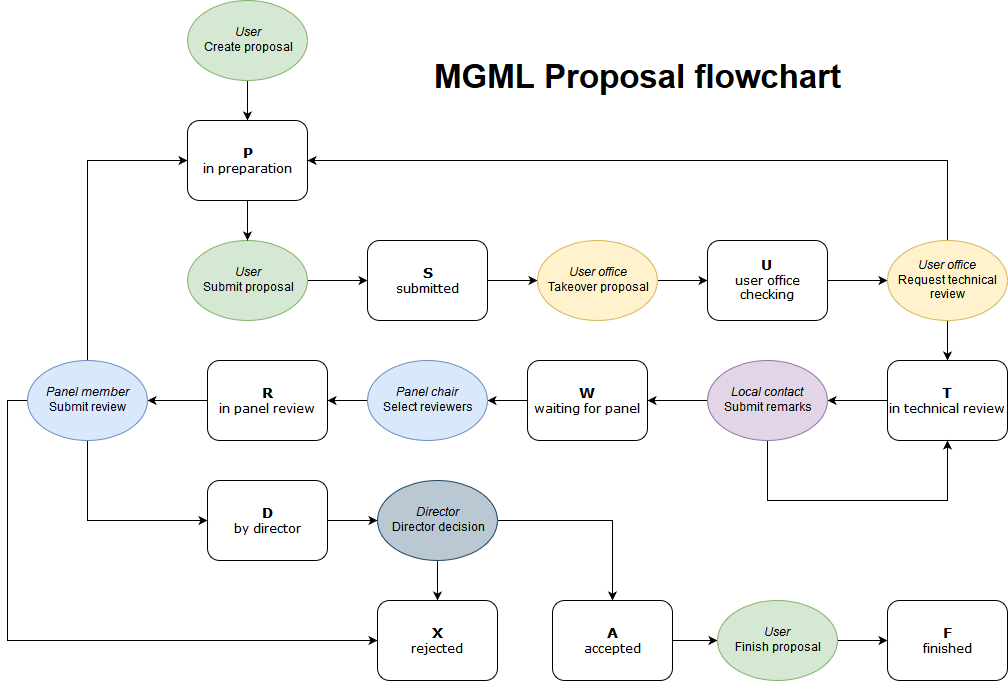
The draw.io diagram mgml-proposal-flowchart.png in me2d09/prius, before a commit. Source tidied: cells renumbered, new cells last; positions are measured from the earlier drawing's top-left corner, leaving out a move shared by most shapes.
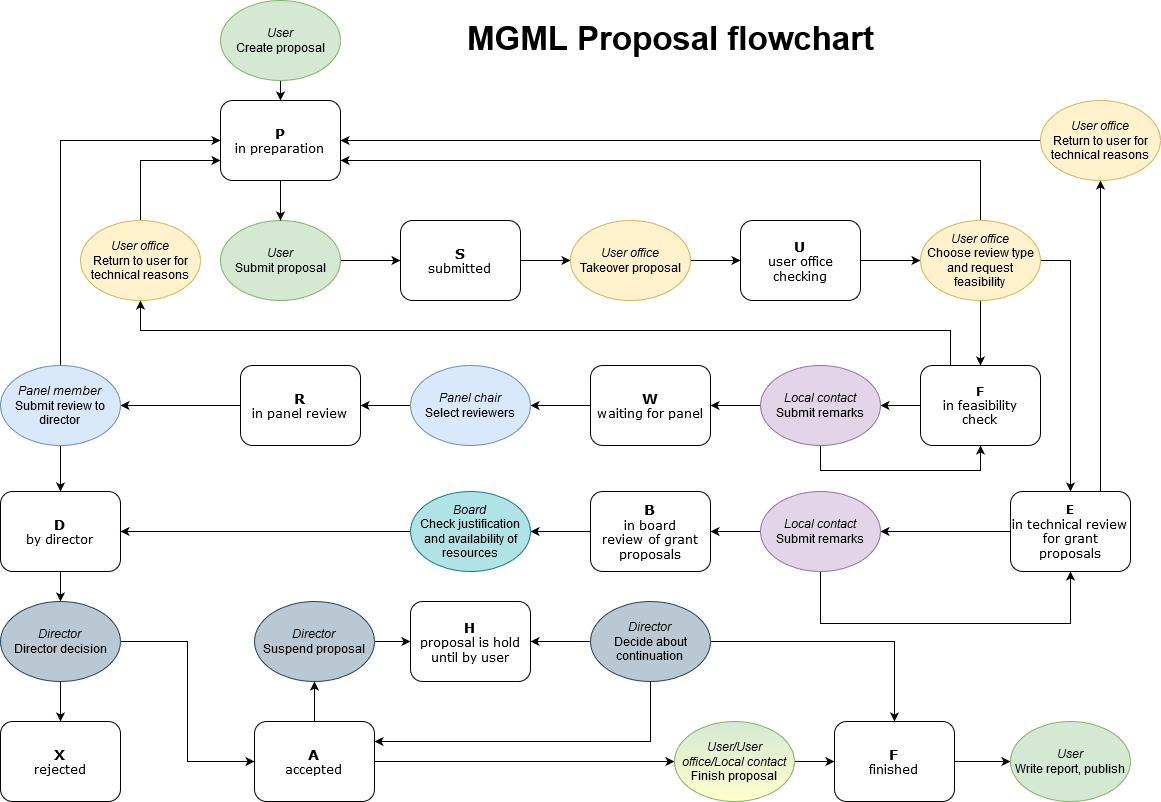
Above is the later version.

Commit message:
New version of proposal flowchart

The edit, as a diff of the source:
```diff
@@ -8,3 +8,3 @@
     <mxCell id="3" value="&lt;i&gt;User&lt;/i&gt;&lt;br&gt;Create proposal" style="ellipse;whiteSpace=wrap;html=1;rounded=0;shadow=0;comic=0;fillColor=#d5e8d4;strokeColor=#82b366;" parent="1" vertex="1">
-      <mxGeometry x="160" width="120" height="80" as="geometry" />
+      <mxGeometry x="96" y="-28" width="120" height="80" as="geometry" />
     </mxCell>
@@ -14,3 +14,3 @@
     <mxCell id="5" value="&lt;i&gt;User&lt;br&gt;&lt;/i&gt;&lt;span&gt;Submit proposal&lt;/span&gt;" style="ellipse;whiteSpace=wrap;html=1;rounded=0;shadow=0;comic=0;fillColor=#d5e8d4;strokeColor=#82b366;" parent="1" vertex="1">
-      <mxGeometry x="160" y="240" width="120" height="80" as="geometry" />
+      <mxGeometry x="96" y="192" width="120" height="80" as="geometry" />
     </mxCell>
@@ -20,6 +20,6 @@
     <mxCell id="7" value="&lt;b&gt;&lt;font style=&quot;font-size: 14px&quot;&gt;P&lt;/font&gt;&lt;/b&gt;&lt;br&gt;in preparation&lt;br&gt;" style="rounded=1;whiteSpace=wrap;html=1;shadow=0;labelBackgroundColor=none;strokeColor=#000000;strokeWidth=1;fillColor=#ffffff;fontFamily=Verdana;fontSize=12;fontColor=#000000;align=center;" parent="1" vertex="1">
-      <mxGeometry x="160" y="120" width="120" height="80" as="geometry" />
+      <mxGeometry x="96" y="72" width="120" height="80" as="geometry" />
     </mxCell>
     <mxCell id="8" value="&lt;b&gt;&lt;font style=&quot;font-size: 14px&quot;&gt;X&lt;/font&gt;&lt;/b&gt;&lt;br&gt;rejected&lt;br&gt;" style="rounded=1;whiteSpace=wrap;html=1;shadow=0;labelBackgroundColor=none;strokeColor=#000000;strokeWidth=1;fillColor=#ffffff;fontFamily=Verdana;fontSize=12;fontColor=#000000;align=center;" parent="1" vertex="1">
-      <mxGeometry x="350" y="600" width="120" height="80" as="geometry" />
+      <mxGeometry x="-124" y="693" width="120" height="80" as="geometry" />
     </mxCell>
@@ -29,3 +29,3 @@
     <mxCell id="10" value="&lt;b&gt;&lt;font style=&quot;font-size: 14px&quot;&gt;D&lt;/font&gt;&lt;/b&gt;&lt;br&gt;by director&lt;br&gt;" style="rounded=1;whiteSpace=wrap;html=1;shadow=0;labelBackgroundColor=none;strokeColor=#000000;strokeWidth=1;fillColor=#ffffff;fontFamily=Verdana;fontSize=12;fontColor=#000000;align=center;" parent="1" vertex="1">
-      <mxGeometry x="180" y="480" width="120" height="80" as="geometry" />
+      <mxGeometry x="-124" y="463" width="120" height="80" as="geometry" />
     </mxCell>
@@ -35,3 +35,3 @@
     <mxCell id="12" value="&lt;b&gt;&lt;font style=&quot;font-size: 14px&quot;&gt;R&lt;/font&gt;&lt;/b&gt;&lt;br&gt;in panel review&lt;br&gt;" style="rounded=1;whiteSpace=wrap;html=1;shadow=0;labelBackgroundColor=none;strokeColor=#000000;strokeWidth=1;fillColor=#ffffff;fontFamily=Verdana;fontSize=12;fontColor=#000000;align=center;" parent="1" vertex="1">
-      <mxGeometry x="180" y="360" width="120" height="80" as="geometry" />
+      <mxGeometry x="116" y="337" width="120" height="80" as="geometry" />
     </mxCell>
@@ -41,3 +41,3 @@
     <mxCell id="14" value="&lt;b&gt;&lt;font style=&quot;font-size: 14px&quot;&gt;W&lt;/font&gt;&lt;/b&gt;&lt;br&gt;waiting for panel&lt;br&gt;" style="rounded=1;whiteSpace=wrap;html=1;shadow=0;labelBackgroundColor=none;strokeColor=#000000;strokeWidth=1;fillColor=#ffffff;fontFamily=Verdana;fontSize=12;fontColor=#000000;align=center;" parent="1" vertex="1">
-      <mxGeometry x="500" y="360" width="120" height="80" as="geometry" />
+      <mxGeometry x="466" y="337" width="120" height="80" as="geometry" />
     </mxCell>
@@ -46,4 +46,12 @@
     </mxCell>
+    <mxCell id="44" style="edgeStyle=orthogonalEdgeStyle;rounded=0;jettySize=auto;html=1;entryX=0.5;entryY=1;entryDx=0;entryDy=0;" parent="1" edge="1" source="16" target="49">
+      <mxGeometry relative="1" as="geometry">
+        <Array as="points">
+          <mxPoint x="826" y="302" />
+          <mxPoint x="16" y="302" />
+        </Array>
+      </mxGeometry>
+    </mxCell>
-    <mxCell id="16" value="&lt;b&gt;&lt;font style=&quot;font-size: 14px&quot;&gt;T&lt;/font&gt;&lt;/b&gt;&lt;br&gt;in technical review&lt;br&gt;" style="rounded=1;whiteSpace=wrap;html=1;shadow=0;labelBackgroundColor=none;strokeColor=#000000;strokeWidth=1;fillColor=#ffffff;fontFamily=Verdana;fontSize=12;fontColor=#000000;align=center;" parent="1" vertex="1">
-      <mxGeometry x="860" y="360" width="120" height="80" as="geometry" />
+    <mxCell id="16" value="&lt;b&gt;F&lt;/b&gt;&lt;br&gt;in feasibility &lt;br&gt;check" style="rounded=1;whiteSpace=wrap;html=1;shadow=0;labelBackgroundColor=none;strokeColor=#000000;strokeWidth=1;fillColor=#ffffff;fontFamily=Verdana;fontSize=12;fontColor=#000000;align=center;" parent="1" vertex="1">
+      <mxGeometry x="796" y="337" width="120" height="80" as="geometry" />
     </mxCell>
@@ -53,3 +61,3 @@
     <mxCell id="18" value="&lt;b&gt;&lt;font style=&quot;font-size: 14px&quot;&gt;U&lt;/font&gt;&lt;/b&gt;&lt;br&gt;user office checking&lt;br&gt;" style="rounded=1;whiteSpace=wrap;html=1;shadow=0;labelBackgroundColor=none;strokeColor=#000000;strokeWidth=1;fillColor=#ffffff;fontFamily=Verdana;fontSize=12;fontColor=#000000;align=center;" parent="1" vertex="1">
-      <mxGeometry x="680" y="240" width="120" height="80" as="geometry" />
+      <mxGeometry x="616" y="192" width="120" height="80" as="geometry" />
     </mxCell>
@@ -59,6 +67,9 @@
     <mxCell id="20" value="&lt;b&gt;&lt;font style=&quot;font-size: 14px&quot;&gt;S&lt;/font&gt;&lt;/b&gt;&lt;br&gt;submitted&lt;br&gt;" style="rounded=1;whiteSpace=wrap;html=1;shadow=0;labelBackgroundColor=none;strokeColor=#000000;strokeWidth=1;fillColor=#ffffff;fontFamily=Verdana;fontSize=12;fontColor=#000000;align=center;" parent="1" vertex="1">
-      <mxGeometry x="340" y="240" width="120" height="80" as="geometry" />
+      <mxGeometry x="276" y="192" width="120" height="80" as="geometry" />
     </mxCell>
+    <mxCell id="45" style="edgeStyle=orthogonalEdgeStyle;rounded=0;jettySize=auto;html=1;entryX=0;entryY=0.5;entryDx=0;entryDy=0;" parent="1" edge="1" source="21" target="69">
+      <mxGeometry relative="1" as="geometry" />
+    </mxCell>
     <mxCell id="21" value="&lt;b&gt;&lt;font style=&quot;font-size: 14px&quot;&gt;F&lt;/font&gt;&lt;/b&gt;&lt;br&gt;finished&lt;br&gt;" style="rounded=1;whiteSpace=wrap;html=1;shadow=0;labelBackgroundColor=none;strokeColor=#000000;strokeWidth=1;fillColor=#ffffff;fontFamily=Verdana;fontSize=12;fontColor=#000000;align=center;" parent="1" vertex="1">
-      <mxGeometry x="860" y="600" width="120" height="80" as="geometry" />
+      <mxGeometry x="710" y="693" width="120" height="80" as="geometry" />
     </mxCell>
@@ -67,4 +78,7 @@
     </mxCell>
+    <mxCell id="46" style="edgeStyle=orthogonalEdgeStyle;rounded=0;jettySize=auto;html=1;" parent="1" edge="1" source="23" target="63">
+      <mxGeometry relative="1" as="geometry" />
+    </mxCell>
     <mxCell id="23" value="&lt;b&gt;&lt;font style=&quot;font-size: 14px&quot;&gt;A&lt;/font&gt;&lt;/b&gt;&lt;br&gt;accepted&lt;br&gt;" style="rounded=1;whiteSpace=wrap;html=1;shadow=0;labelBackgroundColor=none;strokeColor=#000000;strokeWidth=1;fillColor=#ffffff;fontFamily=Verdana;fontSize=12;fontColor=#000000;align=center;" parent="1" vertex="1">
-      <mxGeometry x="525" y="600" width="120" height="80" as="geometry" />
+      <mxGeometry x="130" y="693" width="120" height="80" as="geometry" />
     </mxCell>
@@ -73,4 +87,4 @@
     </mxCell>
-    <mxCell id="25" value="&lt;i&gt;User&lt;br&gt;&lt;/i&gt;&lt;span&gt;Finish proposal&lt;/span&gt;" style="ellipse;whiteSpace=wrap;html=1;rounded=0;shadow=0;comic=0;fillColor=#d5e8d4;strokeColor=#82b366;" parent="1" vertex="1">
-      <mxGeometry x="690" y="600" width="120" height="80" as="geometry" />
+    <mxCell id="25" value="&lt;i&gt;User/User office/Local contact&lt;br&gt;&lt;/i&gt;&lt;span&gt;Finish proposal&lt;/span&gt;" style="ellipse;whiteSpace=wrap;html=1;rounded=0;shadow=0;comic=0;fillColor=#d5e8d4;strokeColor=#82b366;gradientColor=#FFFFCC;" parent="1" vertex="1">
+      <mxGeometry x="550" y="693" width="120" height="80" as="geometry" />
     </mxCell>
@@ -80,3 +94,3 @@
     <mxCell id="27" value="&lt;i&gt;User office&lt;br&gt;&lt;/i&gt;&lt;span&gt;Takeover proposal&lt;/span&gt;" style="ellipse;whiteSpace=wrap;html=1;rounded=0;shadow=0;comic=0;fillColor=#fff2cc;strokeColor=#d6b656;" parent="1" vertex="1">
-      <mxGeometry x="510" y="240" width="120" height="80" as="geometry" />
+      <mxGeometry x="446" y="192" width="120" height="80" as="geometry" />
     </mxCell>
@@ -85,7 +99,20 @@
     </mxCell>
-    <mxCell id="29" style="edgeStyle=orthogonalEdgeStyle;rounded=0;html=1;exitX=0.5;exitY=0;exitDx=0;exitDy=0;entryX=1;entryY=0.5;entryDx=0;entryDy=0;jettySize=auto;" parent="1" edge="1" source="30" target="7">
-      <mxGeometry relative="1" as="geometry" />
+    <mxCell id="29" style="edgeStyle=orthogonalEdgeStyle;rounded=0;html=1;exitX=0.5;exitY=0;exitDx=0;exitDy=0;jettySize=auto;" parent="1" edge="1" source="30">
+      <mxGeometry relative="1" as="geometry">
+        <mxPoint x="216" y="132" as="targetPoint" />
+        <Array as="points">
+          <mxPoint x="856" y="132" />
+          <mxPoint x="216" y="132" />
+        </Array>
+      </mxGeometry>
     </mxCell>
+    <mxCell id="47" style="edgeStyle=orthogonalEdgeStyle;rounded=0;jettySize=auto;html=1;" parent="1" edge="1" source="30" target="52">
+      <mxGeometry relative="1" as="geometry">
+        <Array as="points">
+          <mxPoint x="946" y="232" />
+        </Array>
+      </mxGeometry>
+    </mxCell>
-    <mxCell id="30" value="&lt;i&gt;User office&lt;br&gt;&lt;/i&gt;&lt;span&gt;Request technical review&lt;/span&gt;" style="ellipse;whiteSpace=wrap;html=1;rounded=0;shadow=0;comic=0;fillColor=#fff2cc;strokeColor=#d6b656;" parent="1" vertex="1">
-      <mxGeometry x="860" y="240" width="120" height="80" as="geometry" />
+    <mxCell id="30" value="&lt;i&gt;User office&lt;br&gt;&lt;/i&gt;&lt;span&gt;Choose review type and request feasibility&lt;br&gt;&lt;/span&gt;" style="ellipse;whiteSpace=wrap;html=1;rounded=0;shadow=0;comic=0;fillColor=#fff2cc;strokeColor=#d6b656;" parent="1" vertex="1">
+      <mxGeometry x="796" y="192" width="120" height="80" as="geometry" />
     </mxCell>
@@ -97,4 +124,4 @@
         <Array as="points">
-          <mxPoint x="740" y="500" />
-          <mxPoint x="920" y="500" />
+          <mxPoint x="696" y="442" />
+          <mxPoint x="856" y="442" />
         </Array>
@@ -103,3 +130,3 @@
     <mxCell id="33" value="&lt;i&gt;Local contact&lt;br&gt;&lt;/i&gt;&lt;span&gt;Submit remarks&lt;/span&gt;" style="ellipse;whiteSpace=wrap;html=1;rounded=0;shadow=0;comic=0;fillColor=#e1d5e7;strokeColor=#9673a6;" parent="1" vertex="1">
-      <mxGeometry x="680" y="360" width="120" height="80" as="geometry" />
+      <mxGeometry x="636" y="337" width="120" height="80" as="geometry" />
     </mxCell>
@@ -109,3 +136,3 @@
     <mxCell id="35" value="&lt;i&gt;Panel chair&lt;br&gt;&lt;/i&gt;&lt;span&gt;Select reviewers&lt;/span&gt;" style="ellipse;whiteSpace=wrap;html=1;rounded=0;shadow=0;comic=0;fillColor=#dae8fc;strokeColor=#6c8ebf;" parent="1" vertex="1">
-      <mxGeometry x="340" y="360" width="120" height="80" as="geometry" />
+      <mxGeometry x="286" y="337" width="120" height="80" as="geometry" />
     </mxCell>
@@ -114,10 +141,7 @@
     </mxCell>
-    <mxCell id="37" style="edgeStyle=orthogonalEdgeStyle;rounded=0;html=1;exitX=0.5;exitY=1;exitDx=0;exitDy=0;entryX=0;entryY=0.5;entryDx=0;entryDy=0;jettySize=auto;" parent="1" edge="1" source="39" target="10">
+    <mxCell id="37" style="edgeStyle=orthogonalEdgeStyle;rounded=0;html=1;exitX=0.5;exitY=1;exitDx=0;exitDy=0;entryX=0.5;entryY=0;entryDx=0;entryDy=0;jettySize=auto;" parent="1" edge="1" source="39" target="10">
       <mxGeometry relative="1" as="geometry" />
     </mxCell>
-    <mxCell id="38" style="edgeStyle=orthogonalEdgeStyle;rounded=0;html=1;exitX=0;exitY=0.5;exitDx=0;exitDy=0;entryX=0;entryY=0.5;entryDx=0;entryDy=0;jettySize=auto;" parent="1" edge="1" source="39" target="8">
-      <mxGeometry relative="1" as="geometry" />
-    </mxCell>
-    <mxCell id="39" value="&lt;i&gt;Panel member&lt;br&gt;&lt;/i&gt;&lt;span&gt;Submit review&lt;/span&gt;" style="ellipse;whiteSpace=wrap;html=1;rounded=0;shadow=0;comic=0;fillColor=#dae8fc;strokeColor=#6c8ebf;" parent="1" vertex="1">
-      <mxGeometry y="360" width="120" height="80" as="geometry" />
+    <mxCell id="39" value="&lt;i&gt;Panel member&lt;br&gt;&lt;/i&gt;&lt;span&gt;Submit review to director&lt;br&gt;&lt;/span&gt;" style="ellipse;whiteSpace=wrap;html=1;rounded=0;shadow=0;comic=0;fillColor=#dae8fc;strokeColor=#6c8ebf;" parent="1" vertex="1">
+      <mxGeometry x="-124" y="337" width="120" height="80" as="geometry" />
     </mxCell>
@@ -126,3 +150,3 @@
     </mxCell>
-    <mxCell id="41" style="edgeStyle=orthogonalEdgeStyle;rounded=0;html=1;exitX=1;exitY=0.5;exitDx=0;exitDy=0;entryX=0.5;entryY=0;entryDx=0;entryDy=0;jettySize=auto;" parent="1" edge="1" source="42" target="23">
+    <mxCell id="41" style="edgeStyle=orthogonalEdgeStyle;rounded=0;jettySize=auto;html=1;entryX=0;entryY=0.5;entryDx=0;entryDy=0;" parent="1" edge="1" source="42" target="23">
       <mxGeometry relative="1" as="geometry" />
@@ -130,7 +154,93 @@
     <mxCell id="42" value="&lt;i&gt;Director&lt;br&gt;&lt;/i&gt;&lt;span&gt;Director decision&lt;/span&gt;" style="ellipse;whiteSpace=wrap;html=1;rounded=0;shadow=0;comic=0;fillColor=#bac8d3;strokeColor=#23445d;" parent="1" vertex="1">
-      <mxGeometry x="350" y="480" width="120" height="80" as="geometry" />
+      <mxGeometry x="-124" y="573" width="120" height="80" as="geometry" />
     </mxCell>
     <mxCell id="43" value="MGML Proposal flowchart&lt;br style=&quot;font-size: 33px;&quot;&gt;" style="text;html=1;align=center;verticalAlign=middle;spacingTop=-4;fontSize=33;strokeColor=none;flipH=0;flipV=0;fontStyle=1;" parent="1" vertex="1">
-      <mxGeometry x="360" y="50" width="500" height="60" as="geometry" />
+      <mxGeometry x="296" y="-18" width="500" height="60" as="geometry" />
     </mxCell>
+    <mxCell id="48" style="edgeStyle=orthogonalEdgeStyle;rounded=0;jettySize=auto;html=1;entryX=0;entryY=0.75;entryDx=0;entryDy=0;" parent="1" edge="1" source="49" target="7">
+      <mxGeometry relative="1" as="geometry">
+        <Array as="points">
+          <mxPoint x="16" y="132" />
+        </Array>
+      </mxGeometry>
+    </mxCell>
+    <mxCell id="49" value="&lt;i&gt;User office&lt;br&gt;&lt;/i&gt;&lt;span&gt;Return to user for technical reasons&lt;br&gt;&lt;/span&gt;" style="ellipse;whiteSpace=wrap;html=1;rounded=0;shadow=0;comic=0;fillColor=#fff2cc;strokeColor=#d6b656;" parent="1" vertex="1">
+      <mxGeometry x="-44" y="192" width="120" height="80" as="geometry" />
+    </mxCell>
+    <mxCell id="50" style="edgeStyle=orthogonalEdgeStyle;rounded=0;jettySize=auto;html=1;" parent="1" edge="1" source="52" target="55">
+      <mxGeometry relative="1" as="geometry" />
+    </mxCell>
+    <mxCell id="51" style="edgeStyle=orthogonalEdgeStyle;rounded=0;jettySize=auto;html=1;entryX=0.5;entryY=1;entryDx=0;entryDy=0;" parent="1" edge="1" source="52" target="61">
+      <mxGeometry relative="1" as="geometry">
+        <Array as="points">
+          <mxPoint x="976" y="382" />
+          <mxPoint x="976" y="382" />
+        </Array>
+      </mxGeometry>
+    </mxCell>
+    <mxCell id="52" value="&lt;b&gt;E&lt;/b&gt;&lt;br&gt;in technical review for grant proposals" style="rounded=1;whiteSpace=wrap;html=1;shadow=0;labelBackgroundColor=none;strokeColor=#000000;strokeWidth=1;fillColor=#ffffff;fontFamily=Verdana;fontSize=12;fontColor=#000000;align=center;" parent="1" vertex="1">
+      <mxGeometry x="886" y="463" width="120" height="80" as="geometry" />
+    </mxCell>
+    <mxCell id="53" style="edgeStyle=orthogonalEdgeStyle;rounded=0;jettySize=auto;html=1;entryX=0.5;entryY=1;entryDx=0;entryDy=0;" parent="1" edge="1" source="55" target="52">
+      <mxGeometry relative="1" as="geometry">
+        <Array as="points">
+          <mxPoint x="696" y="595" />
+          <mxPoint x="946" y="595" />
+        </Array>
+      </mxGeometry>
+    </mxCell>
+    <mxCell id="54" style="edgeStyle=orthogonalEdgeStyle;rounded=0;jettySize=auto;html=1;entryX=1;entryY=0.5;entryDx=0;entryDy=0;" parent="1" edge="1" source="55" target="57">
+      <mxGeometry relative="1" as="geometry" />
+    </mxCell>
+    <mxCell id="55" value="&lt;i&gt;Local contact&lt;br&gt;&lt;/i&gt;&lt;span&gt;Submit remarks&lt;/span&gt;" style="ellipse;whiteSpace=wrap;html=1;rounded=0;shadow=0;comic=0;fillColor=#e1d5e7;strokeColor=#9673a6;" parent="1" vertex="1">
+      <mxGeometry x="636" y="463" width="120" height="80" as="geometry" />
+    </mxCell>
+    <mxCell id="56" style="edgeStyle=orthogonalEdgeStyle;rounded=0;jettySize=auto;html=1;" parent="1" edge="1" source="57">
+      <mxGeometry relative="1" as="geometry">
+        <mxPoint x="406" y="503" as="targetPoint" />
+      </mxGeometry>
+    </mxCell>
+    <mxCell id="57" value="&lt;b&gt;&lt;font style=&quot;font-size: 14px&quot;&gt;B&lt;/font&gt;&lt;/b&gt;&lt;br&gt;in board &lt;br&gt;review of grant proposals" style="rounded=1;whiteSpace=wrap;html=1;shadow=0;labelBackgroundColor=none;strokeColor=#000000;strokeWidth=1;fillColor=#ffffff;fontFamily=Verdana;fontSize=12;fontColor=#000000;align=center;" parent="1" vertex="1">
+      <mxGeometry x="466" y="463" width="120" height="80" as="geometry" />
+    </mxCell>
+    <mxCell id="58" style="edgeStyle=orthogonalEdgeStyle;rounded=0;jettySize=auto;html=1;entryX=1;entryY=0.5;entryDx=0;entryDy=0;" parent="1" edge="1" source="59" target="10">
+      <mxGeometry relative="1" as="geometry" />
+    </mxCell>
+    <mxCell id="59" value="&lt;i&gt;Board&lt;br&gt;&lt;/i&gt;Check justification and availability of resources&lt;i&gt;&lt;br&gt;&lt;/i&gt;" style="ellipse;whiteSpace=wrap;html=1;rounded=0;shadow=0;comic=0;fillColor=#b0e3e6;strokeColor=#0e8088;" parent="1" vertex="1">
+      <mxGeometry x="286" y="463" width="120" height="80" as="geometry" />
+    </mxCell>
+    <mxCell id="60" style="edgeStyle=orthogonalEdgeStyle;rounded=0;jettySize=auto;html=1;entryX=1;entryY=0.5;entryDx=0;entryDy=0;" parent="1" edge="1" source="61" target="7">
+      <mxGeometry relative="1" as="geometry" />
+    </mxCell>
+    <mxCell id="61" value="&lt;i&gt;User office&lt;br&gt;&lt;/i&gt;&lt;span&gt;Return to user for technical reasons&lt;br&gt;&lt;/span&gt;" style="ellipse;whiteSpace=wrap;html=1;rounded=0;shadow=0;comic=0;fillColor=#fff2cc;strokeColor=#d6b656;" parent="1" vertex="1">
+      <mxGeometry x="916" y="72" width="120" height="80" as="geometry" />
+    </mxCell>
+    <mxCell id="62" style="edgeStyle=orthogonalEdgeStyle;rounded=0;jettySize=auto;html=1;" parent="1" edge="1" source="63" target="64">
+      <mxGeometry relative="1" as="geometry" />
+    </mxCell>
+    <mxCell id="63" value="&lt;i&gt;Director&lt;br&gt;&lt;/i&gt;Suspend proposal&lt;i&gt;&lt;br&gt;&lt;/i&gt;" style="ellipse;whiteSpace=wrap;html=1;rounded=0;shadow=0;comic=0;fillColor=#bac8d3;strokeColor=#23445d;" parent="1" vertex="1">
+      <mxGeometry x="130" y="573" width="120" height="80" as="geometry" />
+    </mxCell>
+    <mxCell id="64" value="&lt;b&gt;&lt;font style=&quot;font-size: 14px&quot;&gt;H&lt;/font&gt;&lt;/b&gt;&lt;br&gt;proposal is hold until by user" style="rounded=1;whiteSpace=wrap;html=1;shadow=0;labelBackgroundColor=none;strokeColor=#000000;strokeWidth=1;fillColor=#ffffff;fontFamily=Verdana;fontSize=12;fontColor=#000000;align=center;" parent="1" vertex="1">
+      <mxGeometry x="286" y="573" width="120" height="80" as="geometry" />
+    </mxCell>
+    <mxCell id="65" style="edgeStyle=orthogonalEdgeStyle;rounded=0;jettySize=auto;html=1;" parent="1" edge="1" source="68" target="64">
+      <mxGeometry relative="1" as="geometry" />
+    </mxCell>
+    <mxCell id="66" style="edgeStyle=orthogonalEdgeStyle;rounded=0;jettySize=auto;html=1;entryX=0.5;entryY=0;entryDx=0;entryDy=0;" parent="1" edge="1" source="68" target="21">
+      <mxGeometry relative="1" as="geometry" />
+    </mxCell>
+    <mxCell id="67" style="edgeStyle=orthogonalEdgeStyle;rounded=0;jettySize=auto;html=1;entryX=1;entryY=0.25;entryDx=0;entryDy=0;" parent="1" edge="1" source="68" target="23">
+      <mxGeometry relative="1" as="geometry">
+        <Array as="points">
+          <mxPoint x="526" y="713" />
+        </Array>
+      </mxGeometry>
+    </mxCell>
+    <mxCell id="68" value="&lt;i&gt;Director&lt;br&gt;&lt;/i&gt;Decide about continuation&lt;i&gt;&lt;br&gt;&lt;/i&gt;" style="ellipse;whiteSpace=wrap;html=1;rounded=0;shadow=0;comic=0;fillColor=#bac8d3;strokeColor=#23445d;" parent="1" vertex="1">
+      <mxGeometry x="466" y="573" width="120" height="80" as="geometry" />
+    </mxCell>
+    <mxCell id="69" value="&lt;i&gt;User&lt;br&gt;&lt;/i&gt;Write report, publish&lt;i&gt;&lt;br&gt;&lt;/i&gt;" style="ellipse;whiteSpace=wrap;html=1;rounded=0;shadow=0;comic=0;fillColor=#d5e8d4;strokeColor=#82b366;" parent="1" vertex="1">
+      <mxGeometry x="886" y="693" width="120" height="80" as="geometry" />
+    </mxCell>
   </root>
```
